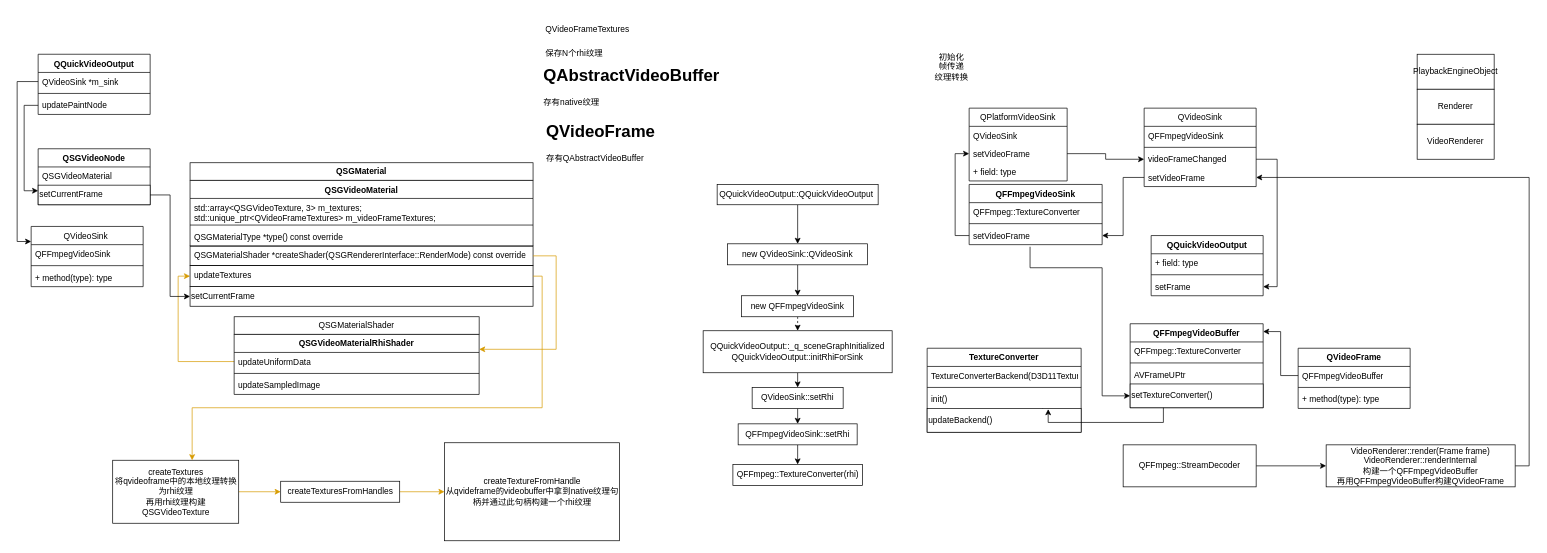
Above: qsgvideonode.drawio in dosmlp/drawio (draw.io), before the change. Source tidied: cells renumbered, new cells numbered last; positions are measured from the earlier drawing's top-left corner, leaving out a move shared by most shapes. Both pictures are drawn from the tidied source at 70%, with x=0, y=0 at pixel (24, 12).
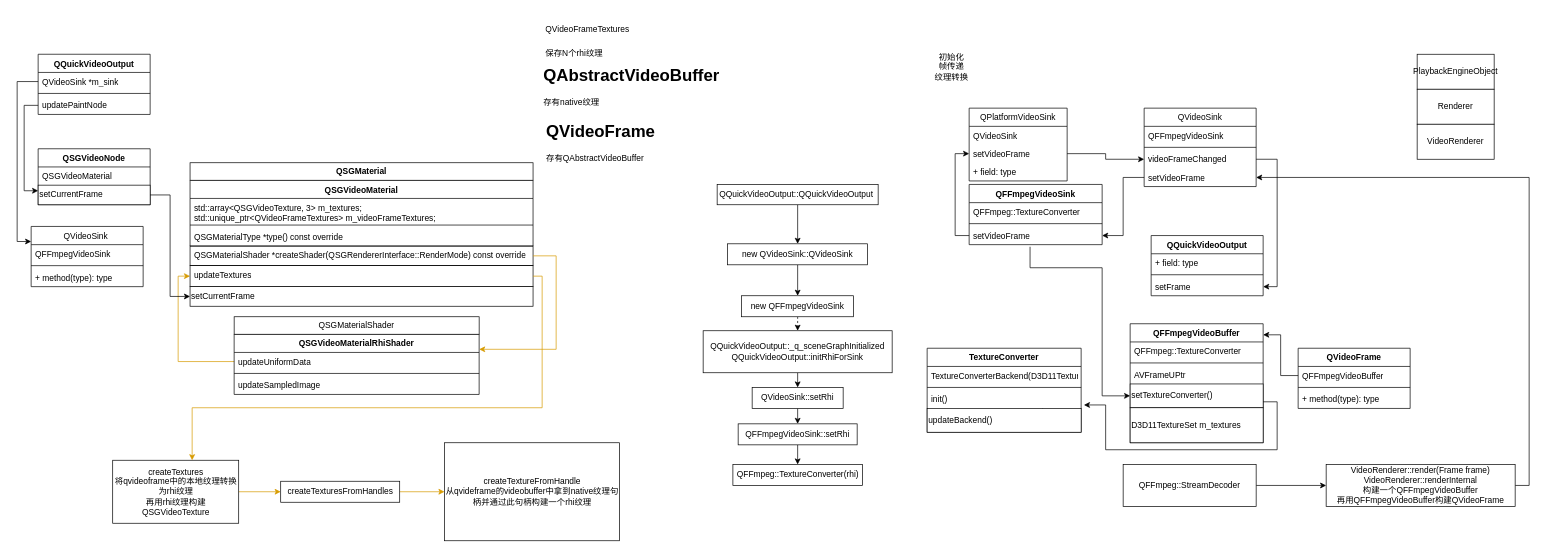
The same page after the edit.

Unchanged cells that the change refers to:
```xml
<mxCell id="63" value="setTextureConverter()" style="html=1;whiteSpace=wrap;align=left;" parent="59" vertex="1">
  <mxGeometry y="86" width="190" height="34" as="geometry" />
</mxCell>
<mxCell id="79" value="init()" style="text;strokeColor=none;fillColor=none;align=left;verticalAlign=top;spacingLeft=4;spacingRight=4;overflow=hidden;points=[[0,0.5],[1,0.5]];portConstraint=eastwest;whiteSpace=wrap;html=1;" parent="76" vertex="1">
  <mxGeometry y="60" width="220" height="26" as="geometry" />
</mxCell>
```

What changed in the source:
```diff
@@
     <mxCell id="59" value="QFFmpegVideoBuffer" style="swimlane;fontStyle=1;align=center;verticalAlign=top;horizontal=1;startSize=26;whiteSpace=wrap;html=1;" parent="1" vertex="1">
-      <mxGeometry x="1580" y="445" width="190" height="120" as="geometry" />
+      <mxGeometry x="1580" y="445" width="190" height="170" as="geometry" />
     </mxCell>
@@
+    <mxCell id="103" value="D3D11TextureSet&amp;nbsp;m_textures" style="html=1;whiteSpace=wrap;align=left;" parent="59" vertex="1">
+      <mxGeometry y="120" width="190" height="50" as="geometry" />
+    </mxCell>
@@
     <mxCell id="70" value="QFFmpeg::StreamDecoder" style="rounded=0;whiteSpace=wrap;html=1;" parent="1" vertex="1">
-      <mxGeometry x="1570" y="618" width="190" height="60" as="geometry" />
+      <mxGeometry x="1570" y="646" width="190" height="60" as="geometry" />
     </mxCell>
@@
     <mxCell id="72" value="VideoRenderer::render(Frame frame)&lt;div&gt;VideoRenderer::renderInternal&lt;br&gt;&lt;/div&gt;&lt;div&gt;构建一个QFFmpegVideoBuffer&lt;/div&gt;&lt;div&gt;再用QFFmpegVideoBuffer构建QVideoFrame&lt;/div&gt;" style="rounded=0;whiteSpace=wrap;html=1;" parent="1" vertex="1">
-      <mxGeometry x="1860" y="618" width="270" height="60" as="geometry" />
+      <mxGeometry x="1860" y="646" width="270" height="60" as="geometry" />
     </mxCell>
@@
-    <mxCell id="83" style="edgeStyle=orthogonalEdgeStyle;rounded=0;jettySize=auto;html=1;exitX=0.25;exitY=1;exitDx=0;exitDy=0;entryX=0.786;entryY=1.038;entryDx=0;entryDy=0;entryPerimeter=0;" parent="1" edge="1" source="63" target="79">
-      <mxGeometry relative="1" as="geometry" />
-    </mxCell>
@@
+    <mxCell id="83" style="edgeStyle=orthogonalEdgeStyle;rounded=0;jettySize=auto;html=1;exitX=1;exitY=0.75;exitDx=0;exitDy=0;entryX=1.018;entryY=0.808;entryDx=0;entryDy=0;entryPerimeter=0;" parent="1" edge="1" source="63" target="79">
+      <mxGeometry relative="1" as="geometry">
+        <Array as="points">
+          <mxPoint x="1790" y="557" />
+          <mxPoint x="1790" y="625" />
+          <mxPoint x="1545" y="625" />
+          <mxPoint x="1545" y="561" />
+        </Array>
+      </mxGeometry>
+    </mxCell>
```
